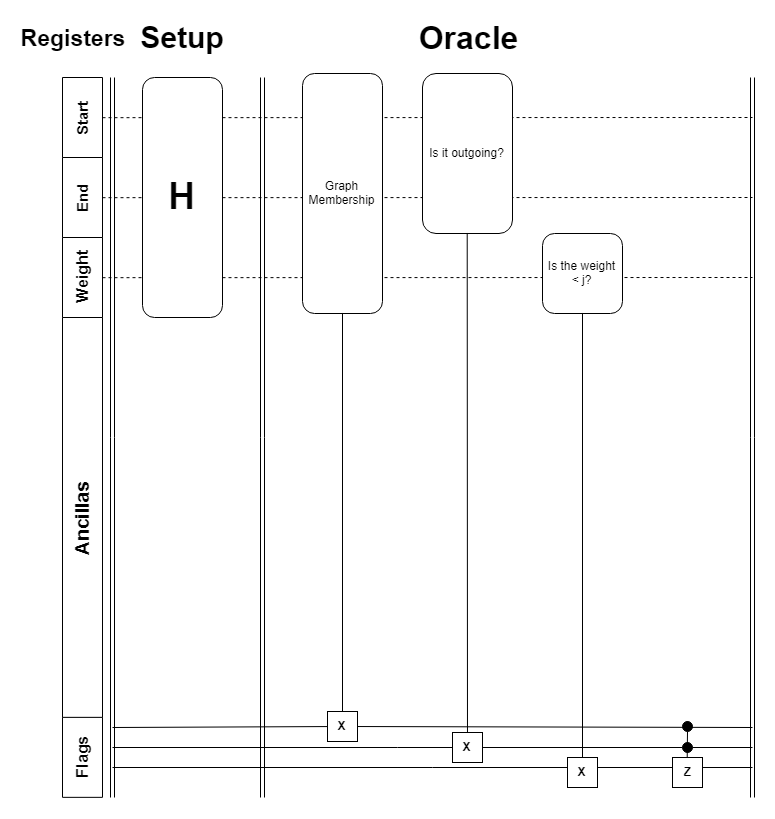
Above: Minimum_Spanning_Tree/Oracle-Grover-SchemeMST.png in zommiommy/quantum_research (draw.io), before the change. Source tidied: cells renumbered, new cells last; positions are measured from the earlier drawing's top-left corner, leaving out a move shared by most shapes. Its diagram source:
```xml
<mxGraphModel>
  <root>
    <mxCell id="0" />
    <mxCell id="1" parent="0" />
    <mxCell id="2" style="endArrow=none;html=1;" parent="1" edge="1" target="32">
      <mxGeometry relative="1" as="geometry">
        <mxPoint x="230" y="720" as="sourcePoint" />
      </mxGeometry>
    </mxCell>
    <mxCell id="3" style="endArrow=none;dashed=1;html=1;exitX=0.5;exitY=1;exitDx=0;exitDy=0;" parent="1" edge="1" source="8">
      <mxGeometry relative="1" as="geometry">
        <mxPoint x="870" y="250" as="targetPoint" />
      </mxGeometry>
    </mxCell>
    <mxCell id="4" style="endArrow=none;dashed=1;html=1;exitX=0.5;exitY=1;exitDx=0;exitDy=0;" parent="1" edge="1" source="7">
      <mxGeometry relative="1" as="geometry">
        <mxPoint x="870" y="170" as="targetPoint" />
      </mxGeometry>
    </mxCell>
    <mxCell id="5" style="endArrow=none;dashed=1;html=1;exitX=0.5;exitY=1;exitDx=0;exitDy=0;" parent="1" edge="1" source="6">
      <mxGeometry relative="1" as="geometry">
        <mxPoint x="870" y="90" as="targetPoint" />
      </mxGeometry>
    </mxCell>
    <mxCell id="6" value="&lt;b&gt;&lt;font style=&quot;font-size: 15px&quot;&gt;Start&lt;/font&gt;&lt;/b&gt;" style="rounded=0;whiteSpace=wrap;html=1;direction=east;rotation=-90;" parent="1" vertex="1">
      <mxGeometry x="160" y="70" width="80" height="40" as="geometry" />
    </mxCell>
    <mxCell id="7" value="&lt;font style=&quot;font-size: 15px&quot;&gt;&lt;b&gt;End&lt;/b&gt;&lt;/font&gt;&lt;br&gt;" style="rounded=0;whiteSpace=wrap;html=1;direction=east;rotation=-90;" parent="1" vertex="1">
      <mxGeometry x="160" y="150" width="80" height="40" as="geometry" />
    </mxCell>
    <mxCell id="8" value="&lt;b&gt;&lt;font style=&quot;font-size: 16px&quot;&gt;Weight&lt;/font&gt;&lt;/b&gt;&lt;br&gt;" style="rounded=0;whiteSpace=wrap;html=1;direction=east;rotation=-90;" parent="1" vertex="1">
      <mxGeometry x="160" y="230" width="80" height="40" as="geometry" />
    </mxCell>
    <mxCell id="9" value="&lt;b&gt;&lt;font style=&quot;font-size: 19px&quot;&gt;Ancillas&lt;/font&gt;&lt;/b&gt;&lt;br&gt;" style="rounded=0;whiteSpace=wrap;html=1;direction=east;rotation=-90;" parent="1" vertex="1">
      <mxGeometry y="470" width="400" height="40" as="geometry" />
    </mxCell>
    <mxCell id="10" value="&lt;font style=&quot;font-size: 16px&quot;&gt;&lt;b&gt;Flags&lt;/b&gt;&lt;/font&gt;&lt;br&gt;" style="rounded=0;whiteSpace=wrap;html=1;direction=east;rotation=-90;" parent="1" vertex="1">
      <mxGeometry x="160" y="709.9" width="80" height="40" as="geometry" />
    </mxCell>
    <mxCell id="11" style="shape=link;html=1;" parent="1" edge="1">
      <mxGeometry relative="1" as="geometry">
        <mxPoint x="230" y="770" as="sourcePoint" />
        <mxPoint x="230" y="50" as="targetPoint" />
      </mxGeometry>
    </mxCell>
    <mxCell id="12" value="Graph Membership" style="rounded=1;whiteSpace=wrap;html=1;" parent="1" vertex="1">
      <mxGeometry x="420" y="46" width="80" height="240" as="geometry" />
    </mxCell>
    <mxCell id="13" style="endArrow=none;html=1;" parent="1" edge="1" source="30">
      <mxGeometry relative="1" as="geometry">
        <mxPoint x="230" y="700" as="targetPoint" />
      </mxGeometry>
    </mxCell>
    <mxCell id="14" style="endArrow=none;html=1;" parent="1" edge="1" source="32">
      <mxGeometry relative="1" as="geometry">
        <mxPoint x="870" y="720" as="targetPoint" />
      </mxGeometry>
    </mxCell>
    <mxCell id="15" style="endArrow=none;html=1;exitX=0.5;exitY=1;exitDx=0;exitDy=0;" parent="1" edge="1" source="12">
      <mxGeometry relative="1" as="geometry">
        <mxPoint x="460" y="696" as="targetPoint" />
      </mxGeometry>
    </mxCell>
    <mxCell id="16" value="Is it outgoing?&lt;br&gt;" style="rounded=1;whiteSpace=wrap;html=1;" parent="1" vertex="1">
      <mxGeometry x="540" y="46" width="90" height="160" as="geometry" />
    </mxCell>
    <mxCell id="17" style="endArrow=none;html=1;entryX=0.5;entryY=1;entryDx=0;entryDy=0;" parent="1" edge="1" source="29" target="16">
      <mxGeometry relative="1" as="geometry" />
    </mxCell>
    <mxCell id="18" value="Is the weight &amp;lt; j?&lt;br&gt;" style="rounded=1;whiteSpace=wrap;html=1;" parent="1" vertex="1">
      <mxGeometry x="660" y="206" width="80" height="80" as="geometry" />
    </mxCell>
    <mxCell id="19" style="endArrow=none;html=1;entryX=0.5;entryY=1;entryDx=0;entryDy=0;" parent="1" edge="1" target="18">
      <mxGeometry relative="1" as="geometry">
        <mxPoint x="700" y="736" as="sourcePoint" />
      </mxGeometry>
    </mxCell>
    <mxCell id="20" style="endArrow=none;html=1;" parent="1" edge="1">
      <mxGeometry relative="1" as="geometry">
        <mxPoint x="230" y="740" as="sourcePoint" />
        <mxPoint x="870" y="740" as="targetPoint" />
      </mxGeometry>
    </mxCell>
    <mxCell id="21" style="endArrow=none;html=1;exitX=0.5;exitY=0;exitDx=0;exitDy=0;" parent="1" edge="1" source="33">
      <mxGeometry relative="1" as="geometry">
        <mxPoint x="805" y="696" as="targetPoint" />
      </mxGeometry>
    </mxCell>
    <mxCell id="22" value="&lt;b&gt;&lt;font style=&quot;font-size: 37px&quot;&gt;H&lt;/font&gt;&lt;/b&gt;" style="rounded=1;whiteSpace=wrap;html=1;" parent="1" vertex="1">
      <mxGeometry x="260" y="50" width="80" height="240" as="geometry" />
    </mxCell>
    <mxCell id="23" style="shape=link;html=1;" parent="1" edge="1">
      <mxGeometry relative="1" as="geometry">
        <mxPoint x="380" y="770" as="sourcePoint" />
        <mxPoint x="380" y="50" as="targetPoint" />
      </mxGeometry>
    </mxCell>
    <mxCell id="24" value="&lt;b&gt;&lt;font style=&quot;font-size: 30px&quot;&gt;Setup&lt;/font&gt;&lt;/b&gt;" style="text;html=1;strokeColor=none;fillColor=none;align=center;verticalAlign=middle;whiteSpace=wrap;rounded=0;" parent="1" vertex="1">
      <mxGeometry x="280" width="40" height="20" as="geometry" />
    </mxCell>
    <mxCell id="25" value="&lt;b&gt;&lt;font style=&quot;font-size: 23px&quot;&gt;Registers&lt;/font&gt;&lt;/b&gt;" style="text;html=1;strokeColor=none;fillColor=none;align=center;verticalAlign=middle;whiteSpace=wrap;rounded=0;" parent="1" vertex="1">
      <mxGeometry x="170" width="40" height="20" as="geometry" />
    </mxCell>
    <mxCell id="26" value="&lt;b&gt;&lt;font style=&quot;font-size: 32px&quot;&gt;Oracle&lt;/font&gt;&lt;/b&gt;" style="text;html=1;strokeColor=none;fillColor=none;align=center;verticalAlign=middle;whiteSpace=wrap;rounded=0;" parent="1" vertex="1">
      <mxGeometry x="565" width="40" height="20" as="geometry" />
    </mxCell>
    <mxCell id="27" value="&lt;b&gt;Z&lt;/b&gt;" style="rounded=0;whiteSpace=wrap;html=1;" parent="1" vertex="1">
      <mxGeometry x="790" y="730" width="30" height="30" as="geometry" />
    </mxCell>
    <mxCell id="28" value="&lt;b&gt;X&lt;/b&gt;" style="rounded=0;whiteSpace=wrap;html=1;" parent="1" vertex="1">
      <mxGeometry x="685" y="730" width="30" height="30" as="geometry" />
    </mxCell>
    <mxCell id="29" value="&lt;b&gt;X&lt;/b&gt;" style="rounded=0;whiteSpace=wrap;html=1;" parent="1" vertex="1">
      <mxGeometry x="570" y="705" width="30" height="30" as="geometry" />
    </mxCell>
    <mxCell id="30" value="&lt;b&gt;X&lt;/b&gt;" style="rounded=0;whiteSpace=wrap;html=1;" parent="1" vertex="1">
      <mxGeometry x="445" y="684" width="30" height="30" as="geometry" />
    </mxCell>
    <mxCell id="31" style="endArrow=none;html=1;" parent="1" edge="1" target="30">
      <mxGeometry relative="1" as="geometry">
        <mxPoint x="870" y="700" as="sourcePoint" />
      </mxGeometry>
    </mxCell>
    <mxCell id="32" style="ellipse;whiteSpace=wrap;html=1;fillColor=#000000;" parent="1" vertex="1">
      <mxGeometry x="800" y="715" width="10" height="10" as="geometry" />
    </mxCell>
    <mxCell id="33" style="ellipse;whiteSpace=wrap;html=1;fillColor=#000000;" parent="1" vertex="1">
      <mxGeometry x="800" y="694" width="10" height="10" as="geometry" />
    </mxCell>
    <mxCell id="34" style="endArrow=none;html=1;exitX=0.5;exitY=0;exitDx=0;exitDy=0;" parent="1" edge="1" source="27" target="33">
      <mxGeometry relative="1" as="geometry" />
    </mxCell>
    <mxCell id="35" style="shape=link;html=1;" parent="1" edge="1">
      <mxGeometry relative="1" as="geometry">
        <mxPoint x="870" y="770" as="sourcePoint" />
        <mxPoint x="870" y="50" as="targetPoint" />
      </mxGeometry>
    </mxCell>
  </root>
</mxGraphModel>
```
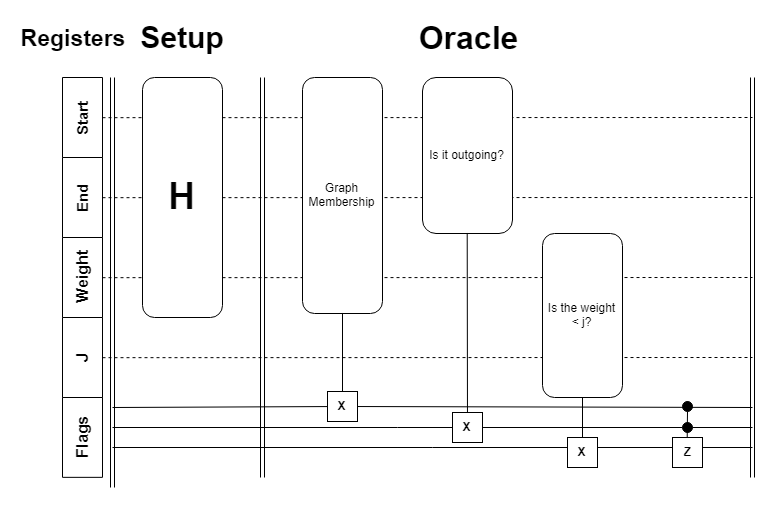
After the commit.

Change to the diagram source:
```diff
@@ -2,9 +2,14 @@
   <root>
     <mxCell id="0" />
     <mxCell id="1" parent="0" />
+    <mxCell id="36" style="endArrow=none;dashed=1;html=1;exitX=0.5;exitY=1;exitDx=0;exitDy=0;" parent="1" edge="1" source="37">
+      <mxGeometry relative="1" as="geometry">
+        <mxPoint x="870" y="330" as="targetPoint" />
+      </mxGeometry>
+    </mxCell>
     <mxCell id="2" style="endArrow=none;html=1;" parent="1" edge="1" target="32">
       <mxGeometry relative="1" as="geometry">
-        <mxPoint x="230" y="720" as="sourcePoint" />
+        <mxPoint x="230" y="400" as="sourcePoint" />
       </mxGeometry>
     </mxCell>
     <mxCell id="3" style="endArrow=none;dashed=1;html=1;exitX=0.5;exitY=1;exitDx=0;exitDy=0;" parent="1" edge="1" source="8">
@@ -31,59 +36,56 @@
     <mxCell id="8" value="&lt;b&gt;&lt;font style=&quot;font-size: 16px&quot;&gt;Weight&lt;/font&gt;&lt;/b&gt;&lt;br&gt;" style="rounded=0;whiteSpace=wrap;html=1;direction=east;rotation=-90;" parent="1" vertex="1">
       <mxGeometry x="160" y="230" width="80" height="40" as="geometry" />
     </mxCell>
-    <mxCell id="9" value="&lt;b&gt;&lt;font style=&quot;font-size: 19px&quot;&gt;Ancillas&lt;/font&gt;&lt;/b&gt;&lt;br&gt;" style="rounded=0;whiteSpace=wrap;html=1;direction=east;rotation=-90;" parent="1" vertex="1">
-      <mxGeometry y="470" width="400" height="40" as="geometry" />
-    </mxCell>
     <mxCell id="10" value="&lt;font style=&quot;font-size: 16px&quot;&gt;&lt;b&gt;Flags&lt;/b&gt;&lt;/font&gt;&lt;br&gt;" style="rounded=0;whiteSpace=wrap;html=1;direction=east;rotation=-90;" parent="1" vertex="1">
-      <mxGeometry x="160" y="709.9" width="80" height="40" as="geometry" />
+      <mxGeometry x="160" y="389.9" width="80" height="40" as="geometry" />
     </mxCell>
     <mxCell id="11" style="shape=link;html=1;" parent="1" edge="1">
       <mxGeometry relative="1" as="geometry">
-        <mxPoint x="230" y="770" as="sourcePoint" />
+        <mxPoint x="230" y="460" as="sourcePoint" />
         <mxPoint x="230" y="50" as="targetPoint" />
       </mxGeometry>
     </mxCell>
     <mxCell id="12" value="Graph Membership" style="rounded=1;whiteSpace=wrap;html=1;" parent="1" vertex="1">
-      <mxGeometry x="420" y="46" width="80" height="240" as="geometry" />
+      <mxGeometry x="420" y="50" width="80" height="236" as="geometry" />
     </mxCell>
     <mxCell id="13" style="endArrow=none;html=1;" parent="1" edge="1" source="30">
       <mxGeometry relative="1" as="geometry">
-        <mxPoint x="230" y="700" as="targetPoint" />
+        <mxPoint x="230" y="380" as="targetPoint" />
       </mxGeometry>
     </mxCell>
     <mxCell id="14" style="endArrow=none;html=1;" parent="1" edge="1" source="32">
       <mxGeometry relative="1" as="geometry">
-        <mxPoint x="870" y="720" as="targetPoint" />
+        <mxPoint x="870" y="400" as="targetPoint" />
       </mxGeometry>
     </mxCell>
     <mxCell id="15" style="endArrow=none;html=1;exitX=0.5;exitY=1;exitDx=0;exitDy=0;" parent="1" edge="1" source="12">
       <mxGeometry relative="1" as="geometry">
-        <mxPoint x="460" y="696" as="targetPoint" />
+        <mxPoint x="460" y="376" as="targetPoint" />
       </mxGeometry>
     </mxCell>
     <mxCell id="16" value="Is it outgoing?&lt;br&gt;" style="rounded=1;whiteSpace=wrap;html=1;" parent="1" vertex="1">
-      <mxGeometry x="540" y="46" width="90" height="160" as="geometry" />
+      <mxGeometry x="540" y="50" width="90" height="156" as="geometry" />
     </mxCell>
     <mxCell id="17" style="endArrow=none;html=1;entryX=0.5;entryY=1;entryDx=0;entryDy=0;" parent="1" edge="1" source="29" target="16">
       <mxGeometry relative="1" as="geometry" />
     </mxCell>
     <mxCell id="18" value="Is the weight &amp;lt; j?&lt;br&gt;" style="rounded=1;whiteSpace=wrap;html=1;" parent="1" vertex="1">
-      <mxGeometry x="660" y="206" width="80" height="80" as="geometry" />
+      <mxGeometry x="660" y="206" width="80" height="164" as="geometry" />
     </mxCell>
     <mxCell id="19" style="endArrow=none;html=1;entryX=0.5;entryY=1;entryDx=0;entryDy=0;" parent="1" edge="1" target="18">
       <mxGeometry relative="1" as="geometry">
-        <mxPoint x="700" y="736" as="sourcePoint" />
+        <mxPoint x="700" y="416" as="sourcePoint" />
       </mxGeometry>
     </mxCell>
     <mxCell id="20" style="endArrow=none;html=1;" parent="1" edge="1">
       <mxGeometry relative="1" as="geometry">
-        <mxPoint x="230" y="740" as="sourcePoint" />
-        <mxPoint x="870" y="740" as="targetPoint" />
+        <mxPoint x="230" y="420" as="sourcePoint" />
+        <mxPoint x="870" y="420" as="targetPoint" />
       </mxGeometry>
     </mxCell>
     <mxCell id="21" style="endArrow=none;html=1;exitX=0.5;exitY=0;exitDx=0;exitDy=0;" parent="1" edge="1" source="33">
       <mxGeometry relative="1" as="geometry">
-        <mxPoint x="805" y="696" as="targetPoint" />
+        <mxPoint x="805" y="376" as="targetPoint" />
       </mxGeometry>
     </mxCell>
     <mxCell id="22" value="&lt;b&gt;&lt;font style=&quot;font-size: 37px&quot;&gt;H&lt;/font&gt;&lt;/b&gt;" style="rounded=1;whiteSpace=wrap;html=1;" parent="1" vertex="1">
@@ -91,7 +93,7 @@
     </mxCell>
     <mxCell id="23" style="shape=link;html=1;" parent="1" edge="1">
       <mxGeometry relative="1" as="geometry">
-        <mxPoint x="380" y="770" as="sourcePoint" />
+        <mxPoint x="380" y="450" as="sourcePoint" />
         <mxPoint x="380" y="50" as="targetPoint" />
       </mxGeometry>
     </mxCell>
@@ -105,36 +107,39 @@
       <mxGeometry x="565" width="40" height="20" as="geometry" />
     </mxCell>
     <mxCell id="27" value="&lt;b&gt;Z&lt;/b&gt;" style="rounded=0;whiteSpace=wrap;html=1;" parent="1" vertex="1">
-      <mxGeometry x="790" y="730" width="30" height="30" as="geometry" />
+      <mxGeometry x="790" y="410" width="30" height="30" as="geometry" />
     </mxCell>
     <mxCell id="28" value="&lt;b&gt;X&lt;/b&gt;" style="rounded=0;whiteSpace=wrap;html=1;" parent="1" vertex="1">
-      <mxGeometry x="685" y="730" width="30" height="30" as="geometry" />
+      <mxGeometry x="685" y="410" width="30" height="30" as="geometry" />
     </mxCell>
     <mxCell id="29" value="&lt;b&gt;X&lt;/b&gt;" style="rounded=0;whiteSpace=wrap;html=1;" parent="1" vertex="1">
-      <mxGeometry x="570" y="705" width="30" height="30" as="geometry" />
+      <mxGeometry x="570" y="385" width="30" height="30" as="geometry" />
     </mxCell>
     <mxCell id="30" value="&lt;b&gt;X&lt;/b&gt;" style="rounded=0;whiteSpace=wrap;html=1;" parent="1" vertex="1">
-      <mxGeometry x="445" y="684" width="30" height="30" as="geometry" />
+      <mxGeometry x="445" y="364" width="30" height="30" as="geometry" />
     </mxCell>
     <mxCell id="31" style="endArrow=none;html=1;" parent="1" edge="1" target="30">
       <mxGeometry relative="1" as="geometry">
-        <mxPoint x="870" y="700" as="sourcePoint" />
+        <mxPoint x="870" y="380" as="sourcePoint" />
       </mxGeometry>
     </mxCell>
     <mxCell id="32" style="ellipse;whiteSpace=wrap;html=1;fillColor=#000000;" parent="1" vertex="1">
-      <mxGeometry x="800" y="715" width="10" height="10" as="geometry" />
+      <mxGeometry x="800" y="395" width="10" height="10" as="geometry" />
     </mxCell>
     <mxCell id="33" style="ellipse;whiteSpace=wrap;html=1;fillColor=#000000;" parent="1" vertex="1">
-      <mxGeometry x="800" y="694" width="10" height="10" as="geometry" />
+      <mxGeometry x="800" y="374" width="10" height="10" as="geometry" />
     </mxCell>
     <mxCell id="34" style="endArrow=none;html=1;exitX=0.5;exitY=0;exitDx=0;exitDy=0;" parent="1" edge="1" source="27" target="33">
       <mxGeometry relative="1" as="geometry" />
     </mxCell>
     <mxCell id="35" style="shape=link;html=1;" parent="1" edge="1">
       <mxGeometry relative="1" as="geometry">
-        <mxPoint x="870" y="770" as="sourcePoint" />
+        <mxPoint x="870" y="450" as="sourcePoint" />
         <mxPoint x="870" y="50" as="targetPoint" />
       </mxGeometry>
     </mxCell>
+    <mxCell id="37" value="&lt;b&gt;&lt;font style=&quot;font-size: 16px&quot;&gt;J&lt;/font&gt;&lt;/b&gt;&lt;br&gt;" style="rounded=0;whiteSpace=wrap;html=1;direction=east;rotation=-90;" parent="1" vertex="1">
+      <mxGeometry x="160" y="310" width="80" height="40" as="geometry" />
+    </mxCell>
   </root>
 </mxGraphModel>
```
